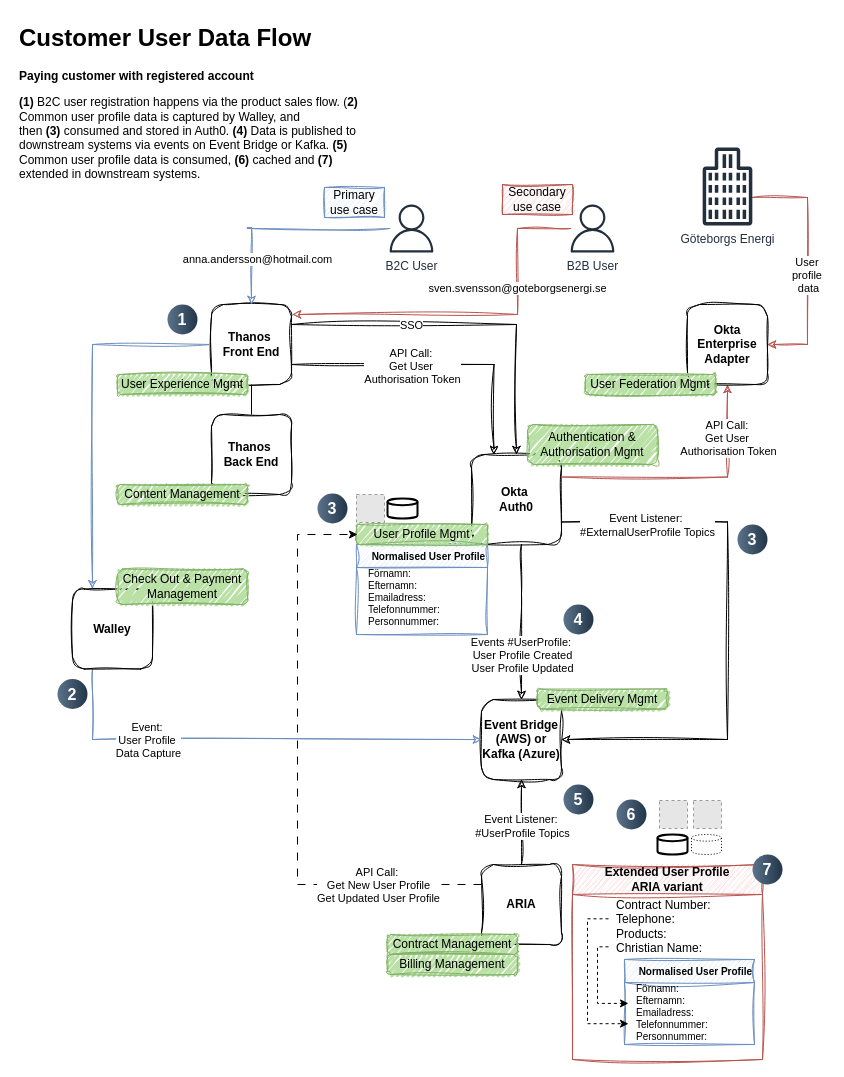
Earlier version of the draw.io diagram page "Paying customers" (2 of 2) of Customer user data flow - to-be scenario.drawio (SLM-Development/diagrams). Source tidied: cells renumbered, new cells numbered last; positions are measured from the earlier drawing's top-left corner, leaving out a move shared by most shapes. Both pictures are drawn from the tidied source at 100%, with x=0, y=0 at pixel (17, 17). Pictures stored in the file or linked from it are replaced by grey dashed boxes.
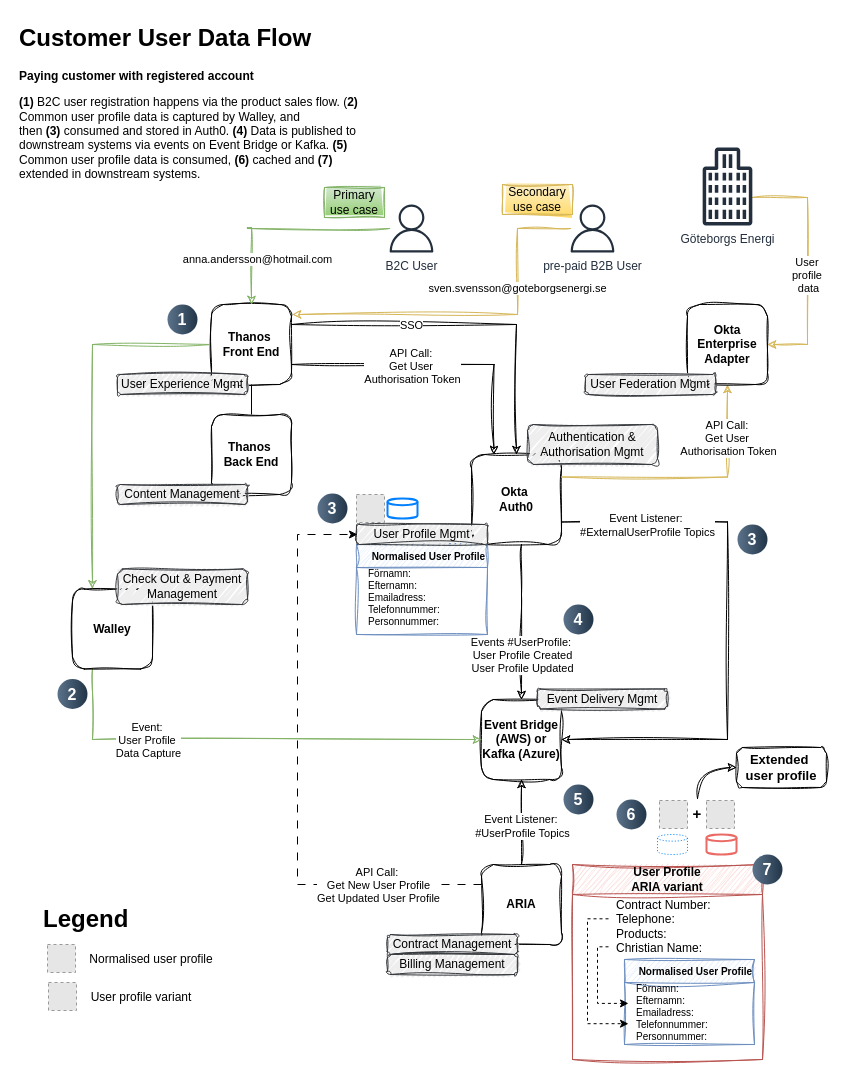
The same diagram, later.

The change refers to these unchanged cells:
```xml
<mxCell id="7" value="Thanos&amp;nbsp;&lt;div&gt;Front End&lt;/div&gt;" style="whiteSpace=wrap;html=1;strokeColor=#000000;fontStyle=1;sketch=1;curveFitting=1;jiggle=2;rounded=1;glass=0;" parent="1" vertex="1">
  <mxGeometry x="194" y="287" width="80" height="80" as="geometry" />
</mxCell>
<mxCell id="10" value="Okta&amp;nbsp;&lt;div&gt;Auth0&lt;/div&gt;" style="whiteSpace=wrap;html=1;strokeColor=#000000;fontStyle=1;sketch=1;curveFitting=1;jiggle=2;rounded=1;glass=0;" parent="1" vertex="1">
  <mxGeometry x="454" y="437" width="90" height="90" as="geometry" />
</mxCell>
<mxCell id="12" value="Event Bridge (AWS) or Kafka (Azure)" style="whiteSpace=wrap;html=1;strokeColor=#000000;fontStyle=1;sketch=1;curveFitting=1;jiggle=2;rounded=1;glass=0;" parent="1" vertex="1">
  <mxGeometry x="464" y="682" width="80" height="80" as="geometry" />
</mxCell>
<mxCell id="18" value="Okta Enterprise Adapter" style="whiteSpace=wrap;html=1;strokeColor=#000000;fontStyle=1;sketch=1;curveFitting=1;jiggle=2;rounded=1;glass=0;" parent="1" vertex="1">
  <mxGeometry x="670" y="287" width="80" height="80" as="geometry" />
</mxCell>
<mxCell id="41" value="B2C User" style="sketch=0;outlineConnect=0;fontColor=#232F3E;gradientColor=none;fillColor=#232F3D;strokeColor=none;dashed=0;verticalLabelPosition=bottom;verticalAlign=top;align=center;html=1;fontSize=12;fontStyle=0;shape=mxgraph.aws4.user;" parent="1" vertex="1">
  <mxGeometry x="370" y="187" width="48" height="48" as="geometry" />
</mxCell>
<mxCell id="59" value="Walley" style="whiteSpace=wrap;html=1;strokeColor=#000000;fontStyle=1;sketch=1;curveFitting=1;jiggle=2;rounded=1;glass=0;" parent="1" vertex="1">
  <mxGeometry x="55" y="571.5" width="80" height="80" as="geometry" />
</mxCell>
<mxCell id="69" value="Göteborgs Energi" style="sketch=0;outlineConnect=0;fontColor=#232F3E;gradientColor=none;fillColor=#232F3D;strokeColor=none;dashed=0;verticalLabelPosition=bottom;verticalAlign=top;align=center;html=1;fontSize=12;fontStyle=0;shape=mxgraph.aws4.office_building;" parent="1" vertex="1">
  <mxGeometry x="685" y="130" width="50" height="78" as="geometry" />
</mxCell>
```

Change to the diagram source:
```diff
@@
-    <mxCell id="4" style="edgeStyle=orthogonalEdgeStyle;rounded=0;jettySize=auto;html=1;exitX=0;exitY=0.5;exitDx=0;exitDy=0;entryX=0.25;entryY=0;entryDx=0;entryDy=0;sketch=1;curveFitting=1;jiggle=2;fillColor=#dae8fc;strokeColor=#6c8ebf;" parent="1" edge="1" source="7" target="59">
+    <mxCell id="4" style="edgeStyle=orthogonalEdgeStyle;rounded=0;jettySize=auto;html=1;exitX=0;exitY=0.5;exitDx=0;exitDy=0;entryX=0.25;entryY=0;entryDx=0;entryDy=0;sketch=1;curveFitting=1;jiggle=2;fillColor=#d5e8d4;strokeColor=#82b366;gradientColor=#97d077;" parent="1" edge="1" source="7" target="59">
       <mxGeometry relative="1" as="geometry" />
     </mxCell>
@@
-    <mxCell id="15" value="sven.svensson@goteborgsenergi.se" style="edgeStyle=orthogonalEdgeStyle;rounded=0;jettySize=auto;html=1;entryX=1.013;entryY=0.125;entryDx=0;entryDy=0;strokeColor=#b85450;flowAnimation=0;sketch=1;curveFitting=1;jiggle=2;entryPerimeter=0;fillColor=#f8cecc;" parent="1" edge="1" source="42" target="7">
+    <mxCell id="15" value="sven.svensson@goteborgsenergi.se" style="edgeStyle=orthogonalEdgeStyle;rounded=0;jettySize=auto;html=1;entryX=1.013;entryY=0.125;entryDx=0;entryDy=0;strokeColor=#d6b656;flowAnimation=0;sketch=1;curveFitting=1;jiggle=2;entryPerimeter=0;fillColor=#fff2cc;gradientColor=#ffd966;" parent="1" edge="1" source="42" target="7">
       <mxGeometry x="-0.38" relative="1" as="geometry">
         <Array as="points">
           <mxPoint x="500" y="211" />
           <mxPoint x="500" y="297" />
         </Array>
       </mxGeometry>
     </mxCell>
-    <mxCell id="16" style="edgeStyle=orthogonalEdgeStyle;rounded=0;jettySize=auto;html=1;entryX=0.5;entryY=1;entryDx=0;entryDy=0;sketch=1;curveFitting=1;jiggle=2;exitX=1;exitY=0.25;exitDx=0;exitDy=0;fillColor=#f8cecc;strokeColor=#b85450;" parent="1" edge="1" source="10" target="18">
+    <mxCell id="16" style="edgeStyle=orthogonalEdgeStyle;rounded=0;jettySize=auto;html=1;entryX=0.5;entryY=1;entryDx=0;entryDy=0;sketch=1;curveFitting=1;jiggle=2;exitX=1;exitY=0.25;exitDx=0;exitDy=0;fillColor=#fff2cc;strokeColor=#d6b656;gradientColor=#ffd966;" parent="1" edge="1" source="10" target="18">
       <mxGeometry relative="1" as="geometry" />
     </mxCell>
@@
-    <mxCell id="19" value="Contract Management" style="rounded=1;whiteSpace=wrap;html=1;fillColor=#B9E0A5;strokeColor=#82b366;sketch=1;curveFitting=1;jiggle=2;fillStyle=auto;glass=0;fillWeight=3;disableMultiStroke=0;disableMultiStrokeFill=0;sketchStyle=rough;align=center;verticalAlign=middle;fontFamily=Helvetica;fontSize=12;fontColor=default;gradientColor=none;gradientDirection=north;" parent="1" vertex="1">
+    <mxCell id="19" value="Contract Management" style="rounded=1;whiteSpace=wrap;html=1;sketch=1;curveFitting=1;jiggle=2;fillStyle=auto;glass=0;fillWeight=3;disableMultiStroke=0;disableMultiStrokeFill=0;sketchStyle=rough;align=center;verticalAlign=middle;fontFamily=Helvetica;fontSize=12;gradientDirection=north;fillColor=#eeeeee;strokeColor=#36393d;" parent="1" vertex="1">
       <mxGeometry x="370" y="917" width="130" height="20" as="geometry" />
     </mxCell>
-    <mxCell id="20" value="Billing Management" style="rounded=1;whiteSpace=wrap;html=1;fillColor=#B9E0A5;strokeColor=#82b366;sketch=1;curveFitting=1;jiggle=2;fillStyle=auto;glass=0;fillWeight=3;disableMultiStroke=0;disableMultiStrokeFill=0;sketchStyle=rough;align=center;verticalAlign=middle;fontFamily=Helvetica;fontSize=12;fontColor=default;gradientColor=none;gradientDirection=north;" parent="1" vertex="1">
+    <mxCell id="20" value="Billing Management" style="rounded=1;whiteSpace=wrap;html=1;sketch=1;curveFitting=1;jiggle=2;fillStyle=auto;glass=0;fillWeight=3;disableMultiStroke=0;disableMultiStrokeFill=0;sketchStyle=rough;align=center;verticalAlign=middle;fontFamily=Helvetica;fontSize=12;gradientDirection=north;fillColor=#eeeeee;strokeColor=#36393d;" parent="1" vertex="1">
       <mxGeometry x="370" y="937" width="130" height="20" as="geometry" />
     </mxCell>
-    <mxCell id="21" value="Authentication &amp;amp; Authorisation Mgmt" style="rounded=1;whiteSpace=wrap;html=1;fillColor=#B9E0A5;strokeColor=#82b366;sketch=1;curveFitting=1;jiggle=2;fillStyle=auto;glass=0;fillWeight=3;disableMultiStroke=0;disableMultiStrokeFill=0;sketchStyle=rough;align=center;verticalAlign=middle;fontFamily=Helvetica;fontSize=12;fontColor=default;gradientColor=none;gradientDirection=north;" parent="1" vertex="1">
+    <mxCell id="21" value="Authentication &amp;amp; Authorisation Mgmt" style="rounded=1;whiteSpace=wrap;html=1;sketch=1;curveFitting=1;jiggle=2;fillStyle=auto;glass=0;fillWeight=3;disableMultiStroke=0;disableMultiStrokeFill=0;sketchStyle=rough;align=center;verticalAlign=middle;fontFamily=Helvetica;fontSize=12;gradientDirection=north;fillColor=#eeeeee;strokeColor=#36393d;" parent="1" vertex="1">
       <mxGeometry x="510" y="407" width="130" height="40" as="geometry" />
     </mxCell>
-    <mxCell id="22" value="Event Delivery Mgmt" style="rounded=1;whiteSpace=wrap;html=1;fillColor=#B9E0A5;strokeColor=#82b366;sketch=1;curveFitting=1;jiggle=2;glass=0;fillWeight=3;disableMultiStroke=0;disableMultiStrokeFill=0;fillStyle=auto;sketchStyle=rough;align=center;verticalAlign=middle;fontFamily=Helvetica;fontSize=12;fontColor=default;gradientColor=none;gradientDirection=north;" parent="1" vertex="1">
+    <mxCell id="22" value="Event Delivery Mgmt" style="rounded=1;whiteSpace=wrap;html=1;sketch=1;curveFitting=1;jiggle=2;glass=0;fillWeight=3;disableMultiStroke=0;disableMultiStrokeFill=0;fillStyle=auto;sketchStyle=rough;align=center;verticalAlign=middle;fontFamily=Helvetica;fontSize=12;gradientDirection=north;fillColor=#eeeeee;strokeColor=#36393d;" parent="1" vertex="1">
       <mxGeometry x="520" y="671.5" width="130" height="20" as="geometry" />
     </mxCell>
-    <mxCell id="23" value="User Experience Mgmt" style="rounded=1;whiteSpace=wrap;html=1;fillColor=#B9E0A5;strokeColor=#82b366;sketch=1;curveFitting=1;jiggle=2;fillStyle=auto;glass=0;fillWeight=3;disableMultiStroke=0;disableMultiStrokeFill=0;sketchStyle=rough;align=center;verticalAlign=middle;fontFamily=Helvetica;fontSize=12;fontColor=default;gradientColor=none;gradientDirection=north;" parent="1" vertex="1">
+    <mxCell id="23" value="User Experience Mgmt" style="rounded=1;whiteSpace=wrap;html=1;sketch=1;curveFitting=1;jiggle=2;fillStyle=auto;glass=0;fillWeight=3;disableMultiStroke=0;disableMultiStrokeFill=0;sketchStyle=rough;align=center;verticalAlign=middle;fontFamily=Helvetica;fontSize=12;gradientDirection=north;fillColor=#eeeeee;strokeColor=#36393d;" parent="1" vertex="1">
       <mxGeometry x="100" y="357" width="130" height="20" as="geometry" />
     </mxCell>
@@
-    <mxCell id="25" value="Content Management" style="rounded=1;whiteSpace=wrap;html=1;fillColor=#B9E0A5;strokeColor=#82b366;sketch=1;curveFitting=1;jiggle=2;fillStyle=auto;glass=0;fillWeight=3;disableMultiStroke=0;disableMultiStrokeFill=0;sketchStyle=rough;align=center;verticalAlign=middle;fontFamily=Helvetica;fontSize=12;fontColor=default;gradientColor=none;gradientDirection=north;" parent="1" vertex="1">
+    <mxCell id="25" value="Content Management" style="rounded=1;whiteSpace=wrap;html=1;sketch=1;curveFitting=1;jiggle=2;fillStyle=auto;glass=0;fillWeight=3;disableMultiStroke=0;disableMultiStrokeFill=0;sketchStyle=rough;align=center;verticalAlign=middle;fontFamily=Helvetica;fontSize=12;gradientDirection=north;fillColor=#eeeeee;strokeColor=#36393d;" parent="1" vertex="1">
       <mxGeometry x="100" y="467" width="130" height="20" as="geometry" />
     </mxCell>
@@
-    <mxCell id="29" value="Extended User Profile&lt;div&gt;ARIA variant&lt;/div&gt;" style="swimlane;whiteSpace=wrap;html=1;fillColor=#f8cecc;strokeColor=#b85450;startSize=30;swimlaneLine=1;glass=0;sketch=1;curveFitting=1;jiggle=2;" parent="1" vertex="1">
+    <mxCell id="29" value="User Profile&lt;div&gt;ARIA variant&lt;/div&gt;" style="swimlane;whiteSpace=wrap;html=1;fillColor=#f8cecc;strokeColor=#b85450;startSize=30;swimlaneLine=1;glass=0;sketch=1;curveFitting=1;jiggle=2;" parent="1" vertex="1">
       <mxGeometry x="555" y="847" width="190" height="195" as="geometry" />
     </mxCell>
@@
-    <mxCell id="35" value="User Profile Mgmt" style="rounded=1;whiteSpace=wrap;html=1;fillColor=#B9E0A5;strokeColor=#82b366;glass=0;sketch=1;curveFitting=1;jiggle=2;fillStyle=auto;fillWeight=3;disableMultiStroke=0;disableMultiStrokeFill=0;sketchStyle=rough;align=center;verticalAlign=middle;fontFamily=Helvetica;fontSize=12;fontColor=default;gradientColor=none;gradientDirection=north;" parent="1" vertex="1">
+    <mxCell id="35" value="User Profile Mgmt" style="rounded=1;whiteSpace=wrap;html=1;glass=0;sketch=1;curveFitting=1;jiggle=2;fillStyle=auto;fillWeight=3;disableMultiStroke=0;disableMultiStrokeFill=0;sketchStyle=rough;align=center;verticalAlign=middle;fontFamily=Helvetica;fontSize=12;gradientDirection=north;fillColor=#eeeeee;strokeColor=#36393d;" parent="1" vertex="1">
       <mxGeometry x="339" y="507" width="131" height="20" as="geometry" />
     </mxCell>
@@
-    <mxCell id="39" style="edgeStyle=orthogonalEdgeStyle;rounded=0;jettySize=auto;html=1;entryX=0.5;entryY=0;entryDx=0;entryDy=0;sketch=1;curveFitting=1;jiggle=2;fillColor=#dae8fc;strokeColor=#6c8ebf;" parent="1" edge="1" source="41" target="7">
+    <mxCell id="39" style="edgeStyle=orthogonalEdgeStyle;rounded=0;jettySize=auto;html=1;entryX=0.5;entryY=0;entryDx=0;entryDy=0;sketch=1;curveFitting=1;jiggle=2;fillColor=#d5e8d4;strokeColor=#82b366;gradientColor=#97d077;" parent="1" edge="1" source="41" target="7">
       <mxGeometry relative="1" as="geometry">
         <Array as="points">
           <mxPoint x="230" y="211" />
           <mxPoint x="230" y="210" />
           <mxPoint x="234" y="210" />
         </Array>
       </mxGeometry>
     </mxCell>
@@
-    <mxCell id="42" value="B2B User" style="sketch=0;outlineConnect=0;fontColor=#232F3E;gradientColor=none;fillColor=#232F3D;strokeColor=none;dashed=0;verticalLabelPosition=bottom;verticalAlign=top;align=center;html=1;fontSize=12;fontStyle=0;shape=mxgraph.aws4.user;" parent="1" vertex="1">
+    <mxCell id="42" value="pre-paid B2B User" style="sketch=0;outlineConnect=0;fontColor=#232F3E;gradientColor=none;fillColor=#232F3D;strokeColor=none;dashed=0;verticalLabelPosition=bottom;verticalAlign=top;align=center;html=1;fontSize=12;fontStyle=0;shape=mxgraph.aws4.user;" parent="1" vertex="1">
       <mxGeometry x="551" y="187" width="48" height="48" as="geometry" />
     </mxCell>
@@
-    <mxCell id="46" value="User Federation Mgmt" style="rounded=1;whiteSpace=wrap;html=1;fillColor=#B9E0A5;strokeColor=#82b366;sketch=1;curveFitting=1;jiggle=2;fillStyle=auto;glass=0;fillWeight=3;disableMultiStroke=0;disableMultiStrokeFill=0;sketchStyle=rough;align=center;verticalAlign=middle;fontFamily=Helvetica;fontSize=12;fontColor=default;gradientColor=none;gradientDirection=north;" parent="1" vertex="1">
+    <mxCell id="46" value="User Federation Mgmt" style="rounded=1;whiteSpace=wrap;html=1;sketch=1;curveFitting=1;jiggle=2;fillStyle=auto;glass=0;fillWeight=3;disableMultiStroke=0;disableMultiStrokeFill=0;sketchStyle=rough;align=center;verticalAlign=middle;fontFamily=Helvetica;fontSize=12;gradientDirection=north;fillColor=#eeeeee;strokeColor=#36393d;" parent="1" vertex="1">
       <mxGeometry x="568" y="357" width="130" height="20" as="geometry" />
     </mxCell>
@@
     <mxCell id="52" style="fillColor=#E6E6E6;strokeColor=#999999;dashed=1;verticalLabelPosition=bottom;labelBackgroundColor=default;verticalAlign=top;" parent="1" vertex="1">
-      <mxGeometry x="676" y="783" width="28" height="28" as="geometry" />
+      <mxGeometry x="689" y="783" width="28" height="28" as="geometry" />
     </mxCell>
-    <mxCell id="53" style="strokeWidth=2;html=1;shape=mxgraph.flowchart.database;whiteSpace=wrap;" parent="1" vertex="1">
+    <mxCell id="53" style="strokeWidth=2;html=1;shape=mxgraph.flowchart.database;whiteSpace=wrap;strokeColor=#007FFF;" parent="1" vertex="1">
       <mxGeometry x="370" y="481" width="30" height="20" as="geometry" />
     </mxCell>
-    <mxCell id="54" style="strokeWidth=1;html=1;shape=mxgraph.flowchart.database;whiteSpace=wrap;dashed=1;dashPattern=1 2;" parent="1" vertex="1">
-      <mxGeometry x="674" y="817" width="30" height="20" as="geometry" />
+    <mxCell id="54" style="strokeWidth=1;html=1;shape=mxgraph.flowchart.database;whiteSpace=wrap;dashed=1;dashPattern=1 2;strokeColor=#007FFF;" parent="1" vertex="1">
+      <mxGeometry x="640" y="817" width="30" height="20" as="geometry" />
     </mxCell>
-    <mxCell id="55" style="strokeWidth=2;html=1;shape=mxgraph.flowchart.database;whiteSpace=wrap;" parent="1" vertex="1">
-      <mxGeometry x="640" y="817" width="30" height="20" as="geometry" />
+    <mxCell id="55" style="strokeWidth=2;html=1;shape=mxgraph.flowchart.database;whiteSpace=wrap;strokeColor=#EA6B66;" parent="1" vertex="1">
+      <mxGeometry x="689" y="817" width="30" height="20" as="geometry" />
     </mxCell>
@@
-    <mxCell id="57" style="edgeStyle=orthogonalEdgeStyle;rounded=0;jettySize=auto;html=1;entryX=0;entryY=0.5;entryDx=0;entryDy=0;exitX=0.25;exitY=1;exitDx=0;exitDy=0;sketch=1;curveFitting=1;jiggle=2;fillColor=#dae8fc;strokeColor=#6c8ebf;" parent="1" edge="1" source="59" target="12">
+    <mxCell id="57" style="edgeStyle=orthogonalEdgeStyle;rounded=0;jettySize=auto;html=1;entryX=0;entryY=0.5;entryDx=0;entryDy=0;exitX=0.25;exitY=1;exitDx=0;exitDy=0;sketch=1;curveFitting=1;jiggle=2;fillColor=#d5e8d4;strokeColor=#82b366;gradientColor=#97d077;" parent="1" edge="1" source="59" target="12">
       <mxGeometry relative="1" as="geometry" />
     </mxCell>
@@
-    <mxCell id="60" value="Check Out &amp;amp; Payment Management" style="rounded=1;whiteSpace=wrap;html=1;fillColor=#B9E0A5;strokeColor=#82b366;sketch=1;curveFitting=1;jiggle=2;fillStyle=auto;glass=0;fillWeight=3;disableMultiStroke=0;disableMultiStrokeFill=0;sketchStyle=rough;align=center;verticalAlign=middle;fontFamily=Helvetica;fontSize=12;fontColor=default;gradientColor=none;gradientDirection=north;" parent="1" vertex="1">
+    <mxCell id="60" value="Check Out &amp;amp; Payment Management" style="rounded=1;whiteSpace=wrap;html=1;sketch=1;curveFitting=1;jiggle=2;fillStyle=auto;glass=0;fillWeight=3;disableMultiStroke=0;disableMultiStrokeFill=0;sketchStyle=rough;align=center;verticalAlign=middle;fontFamily=Helvetica;fontSize=12;gradientDirection=north;fillColor=#eeeeee;strokeColor=#36393d;" parent="1" vertex="1">
       <mxGeometry x="100" y="551.5" width="130" height="35.5" as="geometry" />
     </mxCell>
@@
-    <mxCell id="64" value="Secondary use case" style="text;html=1;align=center;verticalAlign=middle;whiteSpace=wrap;rounded=0;fillColor=#f8cecc;strokeColor=#b85450;sketch=1;curveFitting=1;jiggle=2;" parent="1" vertex="1">
-      <mxGeometry x="485" y="167" width="70" height="30" as="geometry" />
-    </mxCell>
@@
-    <mxCell id="66" value="Primary use case" style="text;html=1;align=center;verticalAlign=middle;whiteSpace=wrap;rounded=0;fillColor=#dae8fc;strokeColor=#6c8ebf;sketch=1;curveFitting=1;jiggle=2;" parent="1" vertex="1">
+    <mxCell id="66" value="Primary use case" style="text;html=1;align=center;verticalAlign=middle;whiteSpace=wrap;rounded=0;fillColor=#d5e8d4;strokeColor=#82b366;sketch=1;curveFitting=1;jiggle=2;fillStyle=auto;gradientColor=#97d077;" parent="1" vertex="1">
       <mxGeometry x="307" y="170" width="60" height="30" as="geometry" />
     </mxCell>
-    <mxCell id="67" style="edgeStyle=orthogonalEdgeStyle;rounded=0;jettySize=auto;html=1;entryX=1;entryY=0.5;entryDx=0;entryDy=0;fillColor=#f8cecc;strokeColor=#b85450;sketch=1;curveFitting=1;jiggle=2;" parent="1" edge="1" source="69" target="18">
+    <mxCell id="67" style="edgeStyle=orthogonalEdgeStyle;rounded=0;jettySize=auto;html=1;entryX=1;entryY=0.5;entryDx=0;entryDy=0;fillColor=#fff2cc;strokeColor=#d6b656;sketch=1;curveFitting=1;jiggle=2;gradientColor=#ffd966;" parent="1" edge="1" source="69" target="18">
       <mxGeometry relative="1" as="geometry">
         <Array as="points">
           <mxPoint x="790" y="180" />
           <mxPoint x="790" y="327" />
         </Array>
       </mxGeometry>
     </mxCell>
@@
+    <mxCell id="70" style="edgeStyle=orthogonalEdgeStyle;rounded=0;jettySize=auto;html=1;sketch=1;curveFitting=1;jiggle=2;curved=1;entryX=0;entryY=0.5;entryDx=0;entryDy=0;" parent="1" edge="1" source="71" target="78">
+      <mxGeometry relative="1" as="geometry">
+        <Array as="points">
+          <mxPoint x="680" y="750" />
+        </Array>
+      </mxGeometry>
+    </mxCell>
+    <mxCell id="71" value="+" style="text;html=1;align=center;verticalAlign=middle;whiteSpace=wrap;rounded=0;fontSize=15;fontStyle=1;" parent="1" vertex="1">
+      <mxGeometry x="670" y="781" width="20" height="30" as="geometry" />
+    </mxCell>
+    <mxCell id="72" style="group;" parent="1" vertex="1">
+      <mxGeometry x="24" y="881" width="186" height="120" as="geometry" />
+    </mxCell>
+    <mxCell id="73" style="fillColor=#E6E6E6;strokeColor=#999999;dashed=1;verticalLabelPosition=bottom;labelBackgroundColor=default;verticalAlign=top;" parent="72" vertex="1">
+      <mxGeometry x="6" y="46" width="28" height="28" as="geometry" />
+    </mxCell>
+    <mxCell id="74" style="fillColor=#E6E6E6;strokeColor=#999999;dashed=1;verticalLabelPosition=bottom;labelBackgroundColor=default;verticalAlign=top;" parent="72" vertex="1">
+      <mxGeometry x="7" y="84" width="28" height="28" as="geometry" />
+    </mxCell>
+    <mxCell id="75" value="User profile variant" style="text;html=1;align=center;verticalAlign=middle;whiteSpace=wrap;rounded=0;" parent="72" vertex="1">
+      <mxGeometry x="40" y="84" width="120" height="30" as="geometry" />
+    </mxCell>
+    <mxCell id="76" value="Normalised user profile" style="text;html=1;align=center;verticalAlign=middle;whiteSpace=wrap;rounded=0;" parent="72" vertex="1">
+      <mxGeometry x="40" y="46" width="140" height="30" as="geometry" />
+    </mxCell>
+    <mxCell id="77" value="&lt;h1 style=&quot;margin-top: 0px;&quot;&gt;Legend&lt;/h1&gt;&lt;h1 style=&quot;margin-top: 0px;&quot;&gt;&lt;br&gt;&lt;/h1&gt;" style="text;html=1;whiteSpace=wrap;overflow=hidden;rounded=0;" parent="72" vertex="1">
+      <mxGeometry width="186" height="120" as="geometry" />
+    </mxCell>
+    <mxCell id="64" value="Secondary use case" style="text;html=1;align=center;verticalAlign=middle;whiteSpace=wrap;rounded=0;fillColor=#fff2cc;strokeColor=#d6b656;sketch=1;curveFitting=1;jiggle=2;fillStyle=auto;labelBackgroundColor=none;labelBorderColor=none;gradientColor=#ffd966;" parent="1" vertex="1">
+      <mxGeometry x="485" y="167" width="70" height="30" as="geometry" />
+    </mxCell>
+    <mxCell id="78" value="&lt;font style=&quot;font-size: 13px;&quot;&gt;Extended&amp;nbsp;&lt;/font&gt;&lt;div style=&quot;font-size: 13px;&quot;&gt;&lt;font style=&quot;font-size: 13px;&quot;&gt;user profile&lt;/font&gt;&lt;/div&gt;" style="text;html=1;align=center;verticalAlign=middle;whiteSpace=wrap;rounded=1;fontStyle=1;fontSize=13;strokeColor=default;sketch=1;curveFitting=1;jiggle=2;" parent="1" vertex="1">
+      <mxGeometry x="719" y="730" width="90" height="40" as="geometry" />
+    </mxCell>
```
